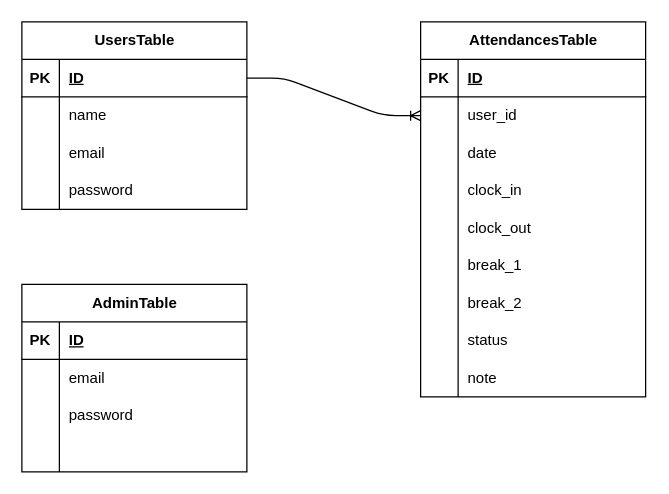
This is src/database/ER.drawio from miki-s7/mockcase2, a draw.io file, before an edit. Source tidied: cells renumbered, new cells numbered last; positions are measured from the earlier drawing's top-left corner, leaving out a move shared by most shapes. Both pictures are drawn from the tidied source at 125%, with x=0, y=0 at pixel (21, 21).
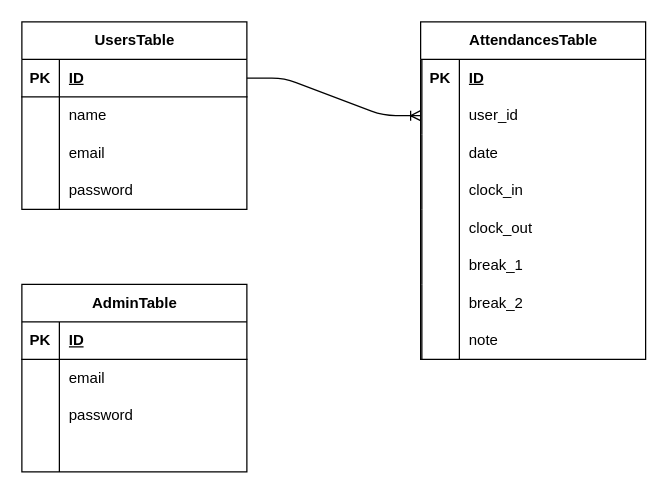
The same page after the edit.

The change refers to these unchanged cells:
```xml
<mxCell id="29" style="group;" parent="1" vertex="1">
  <mxGeometry x="319" width="181" height="300" as="geometry" />
</mxCell>
```

Change to the diagram source:
```diff
@@
     <mxCell id="30" value="AttendancesTable" style="shape=table;startSize=30;childLayout=tableLayout;rowLines=0;fontStyle=1;align=center;html=1;" parent="29" vertex="1">
-      <mxGeometry width="180" height="300" as="geometry" />
+      <mxGeometry width="180" height="270" as="geometry" />
     </mxCell>
-    <mxCell id="31" style="shape=tableRow;horizontal=0;startSize=0;swimlaneHead=0;swimlaneBody=0;fillColor=none;top=0;left=0;right=0;bottom=1;" parent="30" vertex="1">
+    <mxCell id="31" style="shape=tableRow;horizontal=0;startSize=1;swimlaneHead=0;swimlaneBody=0;fillColor=none;top=0;left=0;right=0;bottom=1;" parent="30" vertex="1">
       <mxGeometry y="30" width="180" height="30" as="geometry" />
     </mxCell>
     <mxCell id="32" value="PK" style="shape=partialRectangle;fillColor=none;top=0;left=0;bottom=0;right=0;fontStyle=1;overflow=hidden;whiteSpace=wrap;html=1;" parent="31" vertex="1">
-      <mxGeometry width="30" height="30" as="geometry" />
+      <mxGeometry x="1" width="30" height="30" as="geometry" />
     </mxCell>
     <mxCell id="33" value="ID" style="shape=partialRectangle;fillColor=none;top=0;left=0;bottom=0;right=0;align=left;spacingLeft=6;fontStyle=5;overflow=hidden;whiteSpace=wrap;html=1;" parent="31" vertex="1">
-      <mxGeometry x="30" width="150" height="30" as="geometry" />
+      <mxGeometry x="31" width="149" height="30" as="geometry" />
     </mxCell>
-    <mxCell id="34" style="shape=tableRow;horizontal=0;startSize=0;swimlaneHead=0;swimlaneBody=0;fillColor=none;points=[[0,0.5],[1,0.5]];portConstraint=eastwest;top=0;left=0;right=0;bottom=0;" parent="30" vertex="1">
+    <mxCell id="34" style="shape=tableRow;horizontal=0;startSize=1;swimlaneHead=0;swimlaneBody=0;fillColor=none;points=[[0,0.5],[1,0.5]];portConstraint=eastwest;top=0;left=0;right=0;bottom=0;" parent="30" vertex="1">
       <mxGeometry y="60" width="180" height="30" as="geometry" />
     </mxCell>
     <mxCell id="35" style="shape=partialRectangle;fillColor=none;top=0;left=0;bottom=0;right=0;overflow=hidden;whiteSpace=wrap;html=1;" parent="34" vertex="1">
-      <mxGeometry width="30" height="30" as="geometry" />
+      <mxGeometry x="1" width="30" height="30" as="geometry" />
     </mxCell>
     <mxCell id="36" value="user_id" style="shape=partialRectangle;fillColor=none;top=0;left=0;bottom=0;right=0;align=left;spacingLeft=6;overflow=hidden;whiteSpace=wrap;html=1;" parent="34" vertex="1">
-      <mxGeometry x="30" width="150" height="30" as="geometry" />
+      <mxGeometry x="31" width="149" height="30" as="geometry" />
     </mxCell>
-    <mxCell id="37" style="shape=tableRow;horizontal=0;startSize=0;swimlaneHead=0;swimlaneBody=0;fillColor=none;top=0;left=0;right=0;bottom=0;" parent="30" vertex="1">
+    <mxCell id="37" style="shape=tableRow;horizontal=0;startSize=1;swimlaneHead=0;swimlaneBody=0;fillColor=none;top=0;left=0;right=0;bottom=0;" parent="30" vertex="1">
       <mxGeometry y="90" width="180" height="30" as="geometry" />
     </mxCell>
     <mxCell id="38" style="shape=partialRectangle;fillColor=none;top=0;left=0;bottom=0;right=0;overflow=hidden;whiteSpace=wrap;html=1;" parent="37" vertex="1">
-      <mxGeometry width="30" height="30" as="geometry" />
+      <mxGeometry x="1" width="30" height="30" as="geometry" />
     </mxCell>
     <mxCell id="39" value="date" style="shape=partialRectangle;fillColor=none;top=0;left=0;bottom=0;right=0;align=left;spacingLeft=6;overflow=hidden;whiteSpace=wrap;html=1;" parent="37" vertex="1">
-      <mxGeometry x="30" width="150" height="30" as="geometry" />
+      <mxGeometry x="31" width="149" height="30" as="geometry" />
     </mxCell>
-    <mxCell id="40" style="shape=tableRow;horizontal=0;startSize=0;swimlaneHead=0;swimlaneBody=0;fillColor=none;top=0;left=0;right=0;bottom=0;" parent="30" vertex="1">
+    <mxCell id="40" style="shape=tableRow;horizontal=0;startSize=1;swimlaneHead=0;swimlaneBody=0;fillColor=none;top=0;left=0;right=0;bottom=0;" parent="30" vertex="1">
       <mxGeometry y="120" width="180" height="30" as="geometry" />
     </mxCell>
     <mxCell id="41" style="shape=partialRectangle;fillColor=none;top=0;left=0;bottom=0;right=0;overflow=hidden;whiteSpace=wrap;html=1;" parent="40" vertex="1">
-      <mxGeometry width="30" height="30" as="geometry" />
+      <mxGeometry x="1" width="30" height="30" as="geometry" />
     </mxCell>
     <mxCell id="42" value="clock_in" style="shape=partialRectangle;fillColor=none;top=0;left=0;bottom=0;right=0;align=left;spacingLeft=6;overflow=hidden;whiteSpace=wrap;html=1;" parent="40" vertex="1">
-      <mxGeometry x="30" width="150" height="30" as="geometry" />
+      <mxGeometry x="31" width="149" height="30" as="geometry" />
     </mxCell>
-    <mxCell id="43" style="shape=tableRow;horizontal=0;startSize=0;swimlaneHead=0;swimlaneBody=0;fillColor=none;top=0;left=0;right=0;bottom=0;" parent="30" vertex="1">
+    <mxCell id="43" style="shape=tableRow;horizontal=0;startSize=1;swimlaneHead=0;swimlaneBody=0;fillColor=none;top=0;left=0;right=0;bottom=0;" parent="30" vertex="1">
       <mxGeometry y="150" width="180" height="30" as="geometry" />
     </mxCell>
     <mxCell id="44" style="shape=partialRectangle;fillColor=none;top=0;left=0;bottom=0;right=0;overflow=hidden;whiteSpace=wrap;html=1;" parent="43" vertex="1">
-      <mxGeometry width="30" height="30" as="geometry" />
+      <mxGeometry x="1" width="30" height="30" as="geometry" />
     </mxCell>
     <mxCell id="45" value="clock_out" style="shape=partialRectangle;fillColor=none;top=0;left=0;bottom=0;right=0;align=left;spacingLeft=6;overflow=hidden;whiteSpace=wrap;html=1;" parent="43" vertex="1">
-      <mxGeometry x="30" width="150" height="30" as="geometry" />
+      <mxGeometry x="31" width="149" height="30" as="geometry" />
     </mxCell>
-    <mxCell id="46" style="shape=tableRow;horizontal=0;startSize=0;swimlaneHead=0;swimlaneBody=0;fillColor=none;top=0;left=0;right=0;bottom=0;" parent="30" vertex="1">
+    <mxCell id="46" style="shape=tableRow;horizontal=0;startSize=1;swimlaneHead=0;swimlaneBody=0;fillColor=none;top=0;left=0;right=0;bottom=0;" parent="30" vertex="1">
       <mxGeometry y="180" width="180" height="30" as="geometry" />
     </mxCell>
     <mxCell id="47" style="shape=partialRectangle;fillColor=none;top=0;left=0;bottom=0;right=0;overflow=hidden;whiteSpace=wrap;html=1;" parent="46" vertex="1">
-      <mxGeometry width="30" height="30" as="geometry" />
+      <mxGeometry x="1" width="30" height="30" as="geometry" />
     </mxCell>
     <mxCell id="48" value="break_1" style="shape=partialRectangle;fillColor=none;top=0;left=0;bottom=0;right=0;align=left;spacingLeft=6;overflow=hidden;whiteSpace=wrap;html=1;" parent="46" vertex="1">
-      <mxGeometry x="30" width="150" height="30" as="geometry" />
+      <mxGeometry x="31" width="149" height="30" as="geometry" />
     </mxCell>
-    <mxCell id="49" style="shape=tableRow;horizontal=0;startSize=0;swimlaneHead=0;swimlaneBody=0;fillColor=none;top=0;left=0;right=0;bottom=0;" parent="30" vertex="1">
+    <mxCell id="49" style="shape=tableRow;horizontal=0;startSize=1;swimlaneHead=0;swimlaneBody=0;fillColor=none;top=0;left=0;right=0;bottom=0;" parent="30" vertex="1">
       <mxGeometry y="210" width="180" height="30" as="geometry" />
     </mxCell>
     <mxCell id="50" style="shape=partialRectangle;fillColor=none;top=0;left=0;bottom=0;right=0;overflow=hidden;whiteSpace=wrap;html=1;" parent="49" vertex="1">
-      <mxGeometry width="30" height="30" as="geometry" />
+      <mxGeometry x="1" width="30" height="30" as="geometry" />
     </mxCell>
     <mxCell id="51" value="&lt;span style=&quot;color: rgb(0, 0, 0);&quot;&gt;break_2&lt;/span&gt;" style="shape=partialRectangle;fillColor=none;top=0;left=0;bottom=0;right=0;align=left;spacingLeft=6;overflow=hidden;whiteSpace=wrap;html=1;" parent="49" vertex="1">
-      <mxGeometry x="30" width="150" height="30" as="geometry" />
+      <mxGeometry x="31" width="149" height="30" as="geometry" />
     </mxCell>
-    <mxCell id="52" style="shape=tableRow;horizontal=0;startSize=0;swimlaneHead=0;swimlaneBody=0;fillColor=none;top=0;left=0;right=0;bottom=0;" parent="30" vertex="1">
+    <mxCell id="52" style="shape=tableRow;horizontal=0;startSize=1;swimlaneHead=0;swimlaneBody=0;fillColor=none;top=0;left=0;right=0;bottom=0;" parent="30" vertex="1">
       <mxGeometry y="240" width="180" height="30" as="geometry" />
     </mxCell>
     <mxCell id="53" style="shape=partialRectangle;fillColor=none;top=0;left=0;bottom=0;right=0;overflow=hidden;whiteSpace=wrap;html=1;" parent="52" vertex="1">
-      <mxGeometry width="30" height="30" as="geometry" />
+      <mxGeometry x="1" width="30" height="30" as="geometry" />
     </mxCell>
-    <mxCell id="54" value="status" style="shape=partialRectangle;fillColor=none;top=0;left=0;bottom=0;right=0;align=left;spacingLeft=6;overflow=hidden;whiteSpace=wrap;html=1;" parent="52" vertex="1">
-      <mxGeometry x="30" width="150" height="30" as="geometry" />
+    <mxCell id="54" value="note" style="shape=partialRectangle;fillColor=none;top=0;left=0;bottom=0;right=0;align=left;spacingLeft=6;overflow=hidden;whiteSpace=wrap;html=1;" parent="52" vertex="1">
+      <mxGeometry x="31" width="149" height="30" as="geometry" />
     </mxCell>
-    <mxCell id="55" style="shape=tableRow;horizontal=0;startSize=0;swimlaneHead=0;swimlaneBody=0;fillColor=none;top=0;left=0;right=0;bottom=0;" parent="30" vertex="1">
-      <mxGeometry y="270" width="180" height="30" as="geometry" />
-    </mxCell>
-    <mxCell id="56" style="shape=partialRectangle;fillColor=none;top=0;left=0;bottom=0;right=0;overflow=hidden;whiteSpace=wrap;html=1;" parent="55" vertex="1">
-      <mxGeometry width="30" height="30" as="geometry" />
-    </mxCell>
-    <mxCell id="57" value="note" style="shape=partialRectangle;fillColor=none;top=0;left=0;bottom=0;right=0;align=left;spacingLeft=6;overflow=hidden;whiteSpace=wrap;html=1;" parent="55" vertex="1">
-      <mxGeometry x="30" width="150" height="30" as="geometry" />
-    </mxCell>
```
